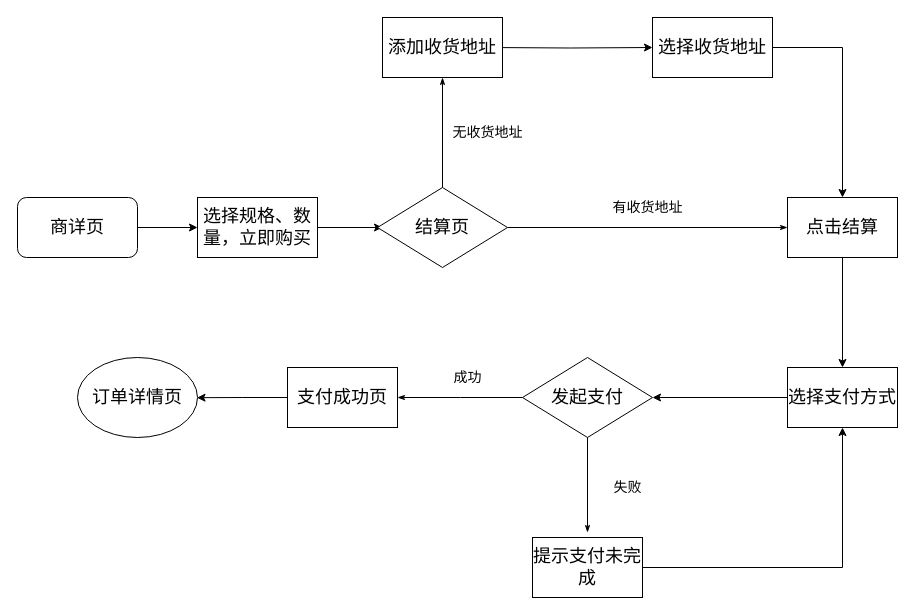
This is 王者系统/流程图/下单流程图.drawio from fuliang10000/nl_files, a draw.io file, before an edit. Source tidied: cells renumbered, new cells numbered last; positions are measured from the earlier drawing's top-left corner, leaving out a move shared by most shapes. Both pictures are drawn from the tidied source at 100%, with x=0, y=0 at pixel (17, 17).
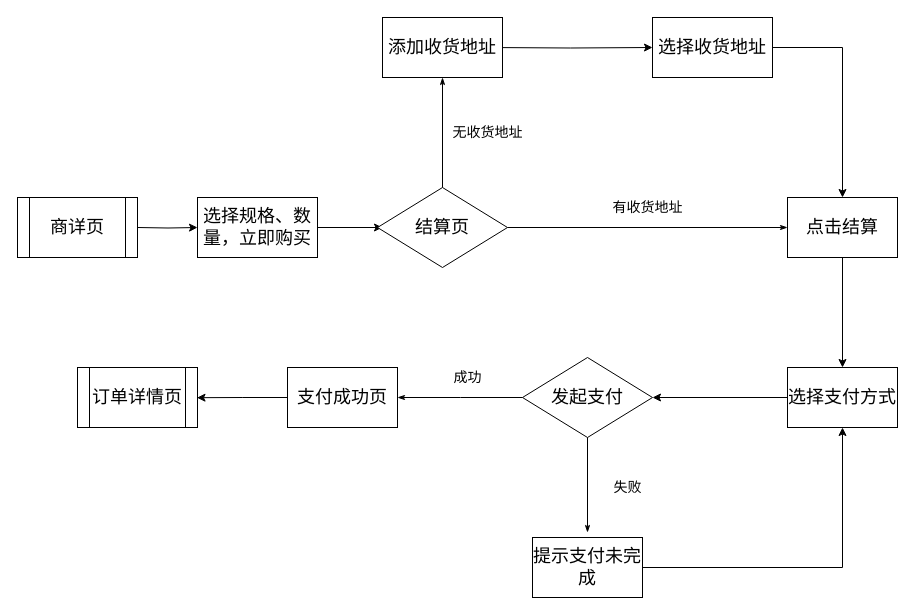
The same diagram, later.

The change refers to these unchanged cells:
```xml
<mxCell id="2" value="&lt;font style=&quot;font-size: 18px&quot;&gt;选择规格、数量，立即购买&lt;br&gt;&lt;/font&gt;" style="rounded=0;whiteSpace=wrap;html=1;" parent="1" vertex="1">
  <mxGeometry x="180" y="180" width="120" height="60" as="geometry" />
</mxCell>
```

Diff of the diagram source:
```diff
@@
-    <mxCell id="3" style="edgeStyle=orthogonalEdgeStyle;rounded=0;jettySize=auto;html=1;entryX=0;entryY=0.5;entryDx=0;entryDy=0;exitX=1;exitY=0.5;exitDx=0;exitDy=0;" parent="1" edge="1" source="9" target="2">
-      <mxGeometry relative="1" as="geometry" />
+    <mxCell id="3" style="edgeStyle=orthogonalEdgeStyle;rounded=0;jettySize=auto;html=1;entryX=0;entryY=0.5;entryDx=0;entryDy=0;exitX=1;exitY=0.5;exitDx=0;exitDy=0;" parent="1" edge="1" target="2">
+      <mxGeometry relative="1" as="geometry">
+        <mxPoint x="120" y="210" as="sourcePoint" />
+      </mxGeometry>
     </mxCell>
@@
-    <mxCell id="9" value="&lt;span style=&quot;font-size: 18px ; white-space: normal&quot;&gt;商详页&lt;br&gt;&lt;/span&gt;" style="rounded=1;whiteSpace=wrap;html=1;" parent="1" vertex="1">
-      <mxGeometry y="180" width="120" height="60" as="geometry" />
-    </mxCell>
@@
+    <mxCell id="9" value="&lt;span style=&quot;font-size: 18px ; white-space: normal&quot;&gt;商详页&lt;/span&gt;" style="shape=process;whiteSpace=wrap;html=1;backgroundOutline=1;" parent="1" vertex="1">
+      <mxGeometry y="180" width="120" height="60" as="geometry" />
+    </mxCell>
-    <mxCell id="24" value="&lt;font style=&quot;font-size: 18px&quot;&gt;订单详情页&lt;/font&gt;" style="ellipse;whiteSpace=wrap;html=1;" parent="1" vertex="1">
-      <mxGeometry x="60" y="340" width="120" height="80" as="geometry" />
+    <mxCell id="24" value="&lt;span style=&quot;font-size: 18px&quot;&gt;订单详情页&lt;/span&gt;" style="shape=process;whiteSpace=wrap;html=1;backgroundOutline=1;" parent="1" vertex="1">
+      <mxGeometry x="60" y="350" width="120" height="60" as="geometry" />
     </mxCell>
```
